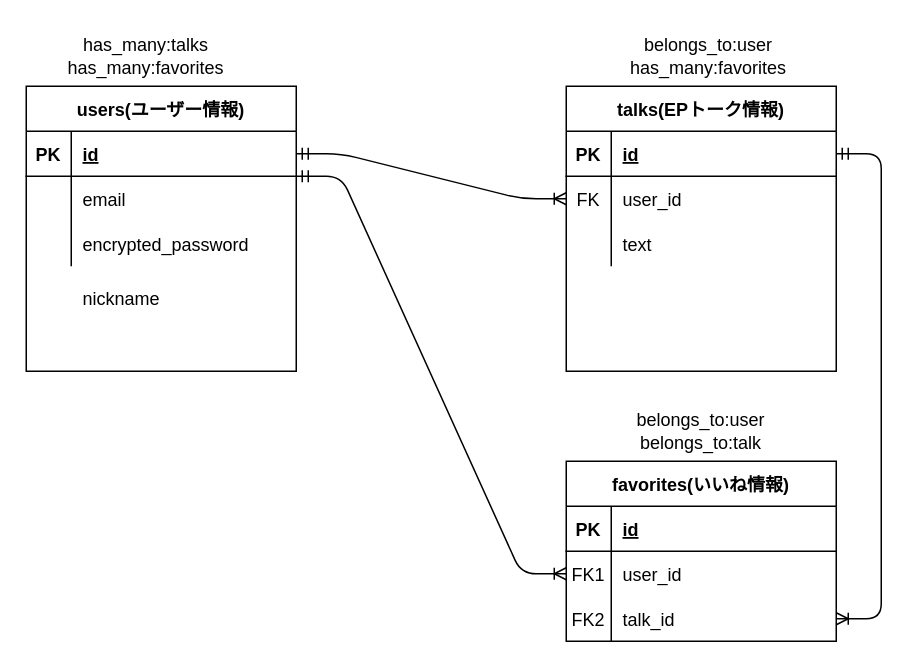
Earlier version of the draw.io diagram ER.dio (szakisip/zfront_room). Source tidied: cells renumbered, new cells numbered last; positions are measured from the earlier drawing's top-left corner, leaving out a move shared by most shapes. Both pictures are drawn from the tidied source at 150%, with x=0, y=0 at pixel (26, 26).
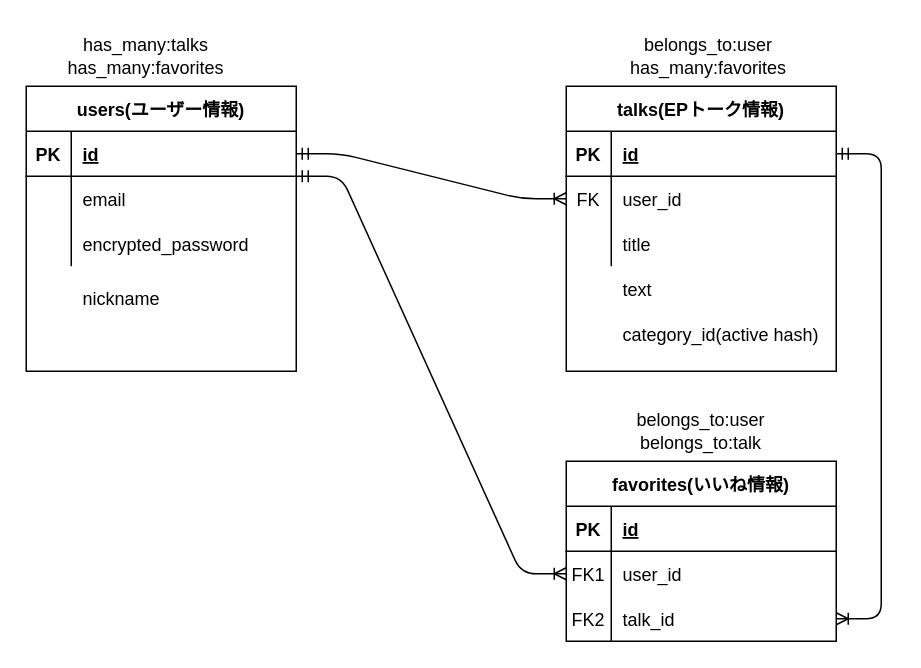
The same page after the edit.

Diff of the diagram source:
```diff
@@
-    <mxCell id="28" value="text" style="shape=partialRectangle;fillColor=none;top=0;left=0;bottom=0;right=0;align=left;spacingLeft=6;overflow=hidden;" parent="1" vertex="1">
+    <mxCell id="28" value="title" style="shape=partialRectangle;fillColor=none;top=0;left=0;bottom=0;right=0;align=left;spacingLeft=6;overflow=hidden;" parent="1" vertex="1">
       <mxGeometry x="390" y="130" width="150" height="30" as="geometry" />
     </mxCell>
@@
+    <mxCell id="45" value="text" style="shape=partialRectangle;fillColor=none;top=0;left=0;bottom=0;right=0;align=left;spacingLeft=6;overflow=hidden;" parent="1" vertex="1">
+      <mxGeometry x="390" y="160" width="150" height="30" as="geometry" />
+    </mxCell>
+    <mxCell id="46" value="category_id(active hash)" style="shape=partialRectangle;fillColor=none;top=0;left=0;bottom=0;right=0;align=left;spacingLeft=6;overflow=hidden;" parent="1" vertex="1">
+      <mxGeometry x="390" y="190" width="150" height="30" as="geometry" />
+    </mxCell>
```
